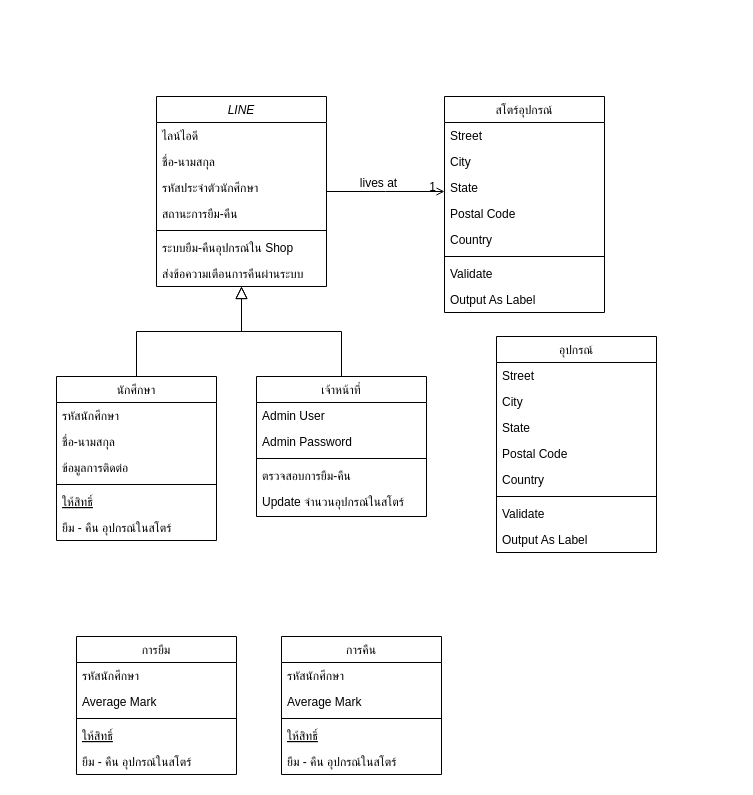
Earlier version of the draw.io diagram page "Class" (2 of 5) of UML_SE.drawio (oak072544/Draw_io). Source tidied: cells renumbered, new cells numbered last; positions are measured from the earlier drawing's top-left corner, leaving out a move shared by most shapes. Both pictures are drawn from the tidied source at 100%, with x=0, y=0 at pixel (56, 96).
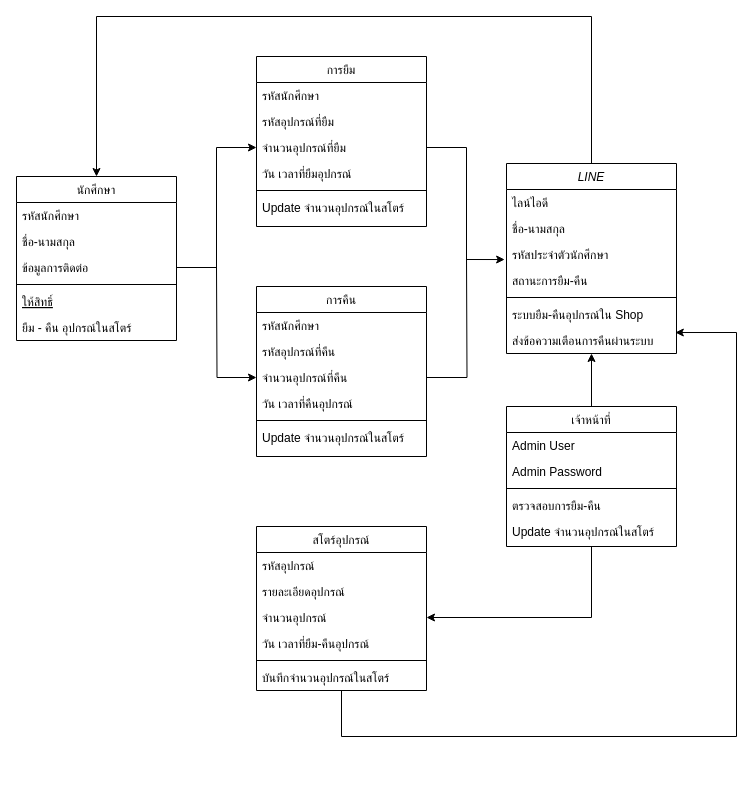
After the change.

Unchanged cells that the change refers to:
```xml
<mxCell id="5" value="รหัสประจำตัวนักศึกษา" style="text;align=left;verticalAlign=top;spacingLeft=4;spacingRight=4;overflow=hidden;points=[[0,0.5],[1,0.5]];portConstraint=eastwest;rounded=0;shadow=0;html=0;" parent="2" vertex="1">
  <mxGeometry y="78" width="170" height="26" as="geometry" />
</mxCell>
<mxCell id="9" value="ส่งข้อความเตือนการคืนผ่านระบบ" style="text;align=left;verticalAlign=top;spacingLeft=4;spacingRight=4;overflow=hidden;points=[[0,0.5],[1,0.5]];portConstraint=eastwest;" parent="2" vertex="1">
  <mxGeometry y="164" width="170" height="26" as="geometry" />
</mxCell>
<mxCell id="13" value="ข้อมูลการติดต่อ" style="text;align=left;verticalAlign=top;spacingLeft=4;spacingRight=4;overflow=hidden;points=[[0,0.5],[1,0.5]];portConstraint=eastwest;rounded=0;shadow=0;html=0;" parent="10" vertex="1">
  <mxGeometry y="78" width="160" height="26" as="geometry" />
</mxCell>
```

Diff of the diagram source:
```diff
@@
+    <mxCell id="58" style="edgeStyle=orthogonalEdgeStyle;rounded=0;jumpStyle=none;jettySize=auto;html=1;exitX=0.5;exitY=0;exitDx=0;exitDy=0;entryX=0.5;entryY=0;entryDx=0;entryDy=0;startArrow=none;startFill=0;endArrow=classic;endFill=1;" parent="1" edge="1" source="2" target="10">
+      <mxGeometry relative="1" as="geometry">
+        <Array as="points">
+          <mxPoint x="535" y="-80" />
+          <mxPoint x="40" y="-80" />
+        </Array>
+      </mxGeometry>
+    </mxCell>
     <mxCell id="2" value="LINE" style="swimlane;fontStyle=2;align=center;verticalAlign=top;horizontal=1;startSize=26;rounded=0;shadow=0;strokeWidth=1;" parent="1" vertex="1">
-      <mxGeometry x="100" width="170" height="190" as="geometry" />
+      <mxGeometry x="450" y="67" width="170" height="190" as="geometry" />
     </mxCell>
@@
     <mxCell id="10" value="นักศึกษา" style="swimlane;fontStyle=0;align=center;verticalAlign=top;horizontal=1;startSize=26;rounded=0;shadow=0;strokeWidth=1;" parent="1" vertex="1">
-      <mxGeometry y="280" width="160" height="164" as="geometry" />
+      <mxGeometry x="-40" y="80" width="160" height="164" as="geometry" />
     </mxCell>
@@
-    <mxCell id="17" style="endArrow=block;endSize=10;endFill=0;shadow=0;strokeWidth=1;rounded=0;edgeStyle=elbowEdgeStyle;elbow=vertical;" parent="1" edge="1" source="10" target="2">
-      <mxGeometry relative="1" as="geometry" />
-    </mxCell>
+    <mxCell id="24" style="edgeStyle=orthogonalEdgeStyle;rounded=0;jumpStyle=none;jettySize=auto;html=1;exitX=0.5;exitY=0;exitDx=0;exitDy=0;entryX=0.5;entryY=1;entryDx=0;entryDy=0;startArrow=none;startFill=0;endArrow=classic;endFill=1;" parent="1" edge="1" source="18" target="2">
+      <mxGeometry relative="1" as="geometry" />
+    </mxCell>
+    <mxCell id="59" style="edgeStyle=orthogonalEdgeStyle;rounded=0;jumpStyle=none;jettySize=auto;html=1;exitX=0.5;exitY=1;exitDx=0;exitDy=0;entryX=1;entryY=0.5;entryDx=0;entryDy=0;startArrow=none;startFill=0;endArrow=classic;endFill=1;" parent="1" edge="1" source="18" target="27">
+      <mxGeometry relative="1" as="geometry" />
+    </mxCell>
     <mxCell id="18" value="เจ้าหน้าที่" style="swimlane;fontStyle=0;align=center;verticalAlign=top;horizontal=1;startSize=26;rounded=0;shadow=0;strokeWidth=1;" parent="1" vertex="1">
-      <mxGeometry x="200" y="280" width="170" height="140" as="geometry" />
+      <mxGeometry x="450" y="310" width="170" height="140" as="geometry" />
     </mxCell>
@@
-    <mxCell id="24" style="endArrow=block;endSize=10;endFill=0;shadow=0;strokeWidth=1;rounded=0;edgeStyle=elbowEdgeStyle;elbow=vertical;" parent="1" edge="1" source="18" target="2">
-      <mxGeometry relative="1" as="geometry" />
-    </mxCell>
+    <mxCell id="60" style="edgeStyle=orthogonalEdgeStyle;rounded=0;jumpStyle=none;jettySize=auto;html=1;exitX=0.5;exitY=1;exitDx=0;exitDy=0;startArrow=none;startFill=0;endArrow=classic;endFill=1;entryX=0.993;entryY=0.193;entryDx=0;entryDy=0;entryPerimeter=0;" parent="1" edge="1" source="25" target="9">
+      <mxGeometry relative="1" as="geometry">
+        <Array as="points">
+          <mxPoint x="285" y="640" />
+          <mxPoint x="680" y="640" />
+          <mxPoint x="680" y="236" />
+        </Array>
+      </mxGeometry>
+    </mxCell>
     <mxCell id="25" value="สโตร์อุปกรณ์" style="swimlane;fontStyle=0;align=center;verticalAlign=top;horizontal=1;startSize=26;rounded=0;shadow=0;strokeWidth=1;" parent="1" vertex="1">
-      <mxGeometry x="388" width="160" height="216" as="geometry" />
+      <mxGeometry x="200" y="430" width="170" height="164" as="geometry" />
     </mxCell>
-    <mxCell id="26" value="Street" style="text;align=left;verticalAlign=top;spacingLeft=4;spacingRight=4;overflow=hidden;" parent="25" vertex="1">
-      <mxGeometry y="26" width="160" height="26" as="geometry" />
+    <mxCell id="26" value="รหัสอุปกรณ์" style="text;align=left;verticalAlign=top;spacingLeft=4;spacingRight=4;overflow=hidden;" parent="25" vertex="1">
+      <mxGeometry y="26" width="170" height="26" as="geometry" />
     </mxCell>
+    <mxCell id="61" value="รายละเอียดอุปกรณ์" style="text;align=left;verticalAlign=top;spacingLeft=4;spacingRight=4;overflow=hidden;" parent="25" vertex="1">
+      <mxGeometry y="52" width="170" height="26" as="geometry" />
+    </mxCell>
-    <mxCell id="27" value="City" style="text;align=left;verticalAlign=top;spacingLeft=4;spacingRight=4;overflow=hidden;points=[[0,0.5],[1,0.5]];portConstraint=eastwest;rounded=0;shadow=0;html=0;" parent="25" vertex="1">
-      <mxGeometry y="52" width="160" height="26" as="geometry" />
+    <mxCell id="27" value="จำนวนอุปกรณ์" style="text;align=left;verticalAlign=top;spacingLeft=4;spacingRight=4;overflow=hidden;points=[[0,0.5],[1,0.5]];portConstraint=eastwest;rounded=0;shadow=0;html=0;" parent="25" vertex="1">
+      <mxGeometry y="78" width="170" height="26" as="geometry" />
     </mxCell>
-    <mxCell id="28" value="State" style="text;align=left;verticalAlign=top;spacingLeft=4;spacingRight=4;overflow=hidden;rounded=0;shadow=0;html=0;" parent="25" vertex="1">
-      <mxGeometry y="78" width="160" height="26" as="geometry" />
-    </mxCell>
-    <mxCell id="29" value="Postal Code" style="text;align=left;verticalAlign=top;spacingLeft=4;spacingRight=4;overflow=hidden;rounded=0;shadow=0;html=0;" parent="25" vertex="1">
-      <mxGeometry y="104" width="160" height="26" as="geometry" />
-    </mxCell>
-    <mxCell id="30" value="Country" style="text;align=left;verticalAlign=top;spacingLeft=4;spacingRight=4;overflow=hidden;rounded=0;shadow=0;html=0;" parent="25" vertex="1">
-      <mxGeometry y="130" width="160" height="26" as="geometry" />
-    </mxCell>
+    <mxCell id="62" value="วัน เวลาที่ยืม-คืนอุปกรณ์" style="text;align=left;verticalAlign=top;spacingLeft=4;spacingRight=4;overflow=hidden;rounded=0;shadow=0;html=0;" parent="25" vertex="1">
+      <mxGeometry y="104" width="170" height="26" as="geometry" />
+    </mxCell>
     <mxCell id="31" style="line;html=1;strokeWidth=1;align=left;verticalAlign=middle;spacingTop=-1;spacingLeft=3;spacingRight=3;labelPosition=right;" parent="25" vertex="1">
-      <mxGeometry y="156" width="160" height="8" as="geometry" />
+      <mxGeometry y="130" width="170" height="8" as="geometry" />
     </mxCell>
-    <mxCell id="32" value="Validate" style="text;align=left;verticalAlign=top;spacingLeft=4;spacingRight=4;overflow=hidden;" parent="25" vertex="1">
-      <mxGeometry y="164" width="160" height="26" as="geometry" />
-    </mxCell>
-    <mxCell id="33" value="Output As Label" style="text;align=left;verticalAlign=top;spacingLeft=4;spacingRight=4;overflow=hidden;" parent="25" vertex="1">
-      <mxGeometry y="190" width="160" height="26" as="geometry" />
-    </mxCell>
-    <mxCell id="34" style="endArrow=open;shadow=0;strokeWidth=1;rounded=0;endFill=1;edgeStyle=elbowEdgeStyle;elbow=vertical;" parent="1" edge="1" source="2" target="25">
-      <mxGeometry x="0.5" y="41" relative="1" as="geometry">
-        <mxPoint x="-40" y="32" as="offset" />
-      </mxGeometry>
-    </mxCell>
-    <mxCell id="35" value="1" style="align=right;verticalAlign=bottom;labelBackgroundColor=none;fontSize=12;" parent="34" vertex="1">
-      <mxGeometry x="1" relative="1" as="geometry">
-        <mxPoint x="-7" y="4" as="offset" />
-      </mxGeometry>
-    </mxCell>
-    <mxCell id="36" value="lives at" style="text;html=1;align=center;verticalAlign=middle;labelBackgroundColor=none;rounded=0;shadow=0;strokeWidth=1;fontSize=12;" parent="34" vertex="1">
-      <mxGeometry x="0.5" y="49" relative="1" as="geometry">
-        <mxPoint x="-38" y="40" as="offset" />
-      </mxGeometry>
-    </mxCell>
-    <mxCell id="37" value="อุปกรณ์" style="swimlane;fontStyle=0;align=center;verticalAlign=top;horizontal=1;startSize=26;rounded=0;shadow=0;strokeWidth=1;" parent="1" vertex="1">
-      <mxGeometry x="440" y="240" width="160" height="216" as="geometry" />
-    </mxCell>
-    <mxCell id="38" value="Street" style="text;align=left;verticalAlign=top;spacingLeft=4;spacingRight=4;overflow=hidden;" parent="37" vertex="1">
-      <mxGeometry y="26" width="160" height="26" as="geometry" />
-    </mxCell>
-    <mxCell id="39" value="City" style="text;align=left;verticalAlign=top;spacingLeft=4;spacingRight=4;overflow=hidden;rounded=0;shadow=0;html=0;" parent="37" vertex="1">
-      <mxGeometry y="52" width="160" height="26" as="geometry" />
-    </mxCell>
-    <mxCell id="40" value="State" style="text;align=left;verticalAlign=top;spacingLeft=4;spacingRight=4;overflow=hidden;rounded=0;shadow=0;html=0;" parent="37" vertex="1">
-      <mxGeometry y="78" width="160" height="26" as="geometry" />
-    </mxCell>
-    <mxCell id="41" value="Postal Code" style="text;align=left;verticalAlign=top;spacingLeft=4;spacingRight=4;overflow=hidden;rounded=0;shadow=0;html=0;" parent="37" vertex="1">
-      <mxGeometry y="104" width="160" height="26" as="geometry" />
-    </mxCell>
-    <mxCell id="42" value="Country" style="text;align=left;verticalAlign=top;spacingLeft=4;spacingRight=4;overflow=hidden;rounded=0;shadow=0;html=0;" parent="37" vertex="1">
-      <mxGeometry y="130" width="160" height="26" as="geometry" />
-    </mxCell>
-    <mxCell id="43" style="line;html=1;strokeWidth=1;align=left;verticalAlign=middle;spacingTop=-1;spacingLeft=3;spacingRight=3;labelPosition=right;" parent="37" vertex="1">
-      <mxGeometry y="156" width="160" height="8" as="geometry" />
-    </mxCell>
-    <mxCell id="44" value="Validate" style="text;align=left;verticalAlign=top;spacingLeft=4;spacingRight=4;overflow=hidden;" parent="37" vertex="1">
-      <mxGeometry y="164" width="160" height="26" as="geometry" />
-    </mxCell>
-    <mxCell id="45" value="Output As Label" style="text;align=left;verticalAlign=top;spacingLeft=4;spacingRight=4;overflow=hidden;" parent="37" vertex="1">
-      <mxGeometry y="190" width="160" height="26" as="geometry" />
-    </mxCell>
+    <mxCell id="63" value="บันทึกจำนวนอุปกรณ์ในสโตร์" style="text;align=left;verticalAlign=top;spacingLeft=4;spacingRight=4;overflow=hidden;" parent="25" vertex="1">
+      <mxGeometry y="138" width="170" height="26" as="geometry" />
+    </mxCell>
     <mxCell id="46" value="การยืม" style="swimlane;fontStyle=0;align=center;verticalAlign=top;horizontal=1;startSize=26;rounded=0;shadow=0;strokeWidth=1;" parent="1" vertex="1">
-      <mxGeometry x="20" y="540" width="160" height="138" as="geometry" />
+      <mxGeometry x="200" y="-40" width="170" height="170" as="geometry" />
     </mxCell>
     <mxCell id="47" value="รหัสนักศึกษา" style="text;align=left;verticalAlign=top;spacingLeft=4;spacingRight=4;overflow=hidden;" parent="46" vertex="1">
-      <mxGeometry y="26" width="160" height="26" as="geometry" />
+      <mxGeometry y="26" width="170" height="26" as="geometry" />
     </mxCell>
-    <mxCell id="48" value="Average Mark" style="text;align=left;verticalAlign=top;spacingLeft=4;spacingRight=4;overflow=hidden;rounded=0;shadow=0;html=0;" parent="46" vertex="1">
-      <mxGeometry y="52" width="160" height="26" as="geometry" />
+    <mxCell id="48" value="รหัสอุปกรณ์ที่ยืม" style="text;align=left;verticalAlign=top;spacingLeft=4;spacingRight=4;overflow=hidden;rounded=0;shadow=0;html=0;" parent="46" vertex="1">
+      <mxGeometry y="52" width="170" height="26" as="geometry" />
     </mxCell>
+    <mxCell id="64" value="จำนวนอุปกรณ์ที่ยืม" style="text;align=left;verticalAlign=top;spacingLeft=4;spacingRight=4;overflow=hidden;points=[[0,0.5],[1,0.5]];portConstraint=eastwest;rounded=0;shadow=0;html=0;" parent="46" vertex="1">
+      <mxGeometry y="78" width="170" height="26" as="geometry" />
+    </mxCell>
+    <mxCell id="65" value="วัน เวลาที่ยืมอุปกรณ์" style="text;align=left;verticalAlign=top;spacingLeft=4;spacingRight=4;overflow=hidden;rounded=0;shadow=0;html=0;" parent="46" vertex="1">
+      <mxGeometry y="104" width="170" height="26" as="geometry" />
+    </mxCell>
     <mxCell id="49" style="line;html=1;strokeWidth=1;align=left;verticalAlign=middle;spacingTop=-1;spacingLeft=3;spacingRight=3;labelPosition=right;" parent="46" vertex="1">
-      <mxGeometry y="78" width="160" height="8" as="geometry" />
+      <mxGeometry y="130" width="170" height="8" as="geometry" />
     </mxCell>
-    <mxCell id="50" value="ให้สิทธิ์" style="text;align=left;verticalAlign=top;spacingLeft=4;spacingRight=4;overflow=hidden;fontStyle=4;" parent="46" vertex="1">
-      <mxGeometry y="86" width="160" height="26" as="geometry" />
-    </mxCell>
-    <mxCell id="51" value="ยืม - คืน อุปกรณ์ในสโตร์" style="text;align=left;verticalAlign=top;spacingLeft=4;spacingRight=4;overflow=hidden;" parent="46" vertex="1">
-      <mxGeometry y="112" width="160" height="26" as="geometry" />
+    <mxCell id="51" value="Update จำนวนอุปกรณ์ในสโตร์" style="text;align=left;verticalAlign=top;spacingLeft=4;spacingRight=4;overflow=hidden;" parent="46" vertex="1">
+      <mxGeometry y="138" width="170" height="32" as="geometry" />
     </mxCell>
     <mxCell id="52" value="การคืน" style="swimlane;fontStyle=0;align=center;verticalAlign=top;horizontal=1;startSize=26;rounded=0;shadow=0;strokeWidth=1;" parent="1" vertex="1">
-      <mxGeometry x="225" y="540" width="160" height="138" as="geometry" />
+      <mxGeometry x="200" y="190" width="170" height="170" as="geometry" />
     </mxCell>
     <mxCell id="53" value="รหัสนักศึกษา" style="text;align=left;verticalAlign=top;spacingLeft=4;spacingRight=4;overflow=hidden;" parent="52" vertex="1">
-      <mxGeometry y="26" width="160" height="26" as="geometry" />
+      <mxGeometry y="26" width="170" height="26" as="geometry" />
     </mxCell>
-    <mxCell id="54" value="Average Mark" style="text;align=left;verticalAlign=top;spacingLeft=4;spacingRight=4;overflow=hidden;rounded=0;shadow=0;html=0;" parent="52" vertex="1">
-      <mxGeometry y="52" width="160" height="26" as="geometry" />
-    </mxCell>
+    <mxCell id="66" value="รหัสอุปกรณ์ที่คืน" style="text;align=left;verticalAlign=top;spacingLeft=4;spacingRight=4;overflow=hidden;rounded=0;shadow=0;html=0;" parent="52" vertex="1">
+      <mxGeometry y="52" width="170" height="26" as="geometry" />
+    </mxCell>
+    <mxCell id="67" style="edgeStyle=orthogonalEdgeStyle;rounded=0;jumpStyle=none;jettySize=auto;html=1;startArrow=classic;startFill=1;endArrow=none;endFill=0;" parent="52" edge="1" source="69">
+      <mxGeometry relative="1" as="geometry">
+        <mxPoint x="-40" y="-20" as="targetPoint" />
+      </mxGeometry>
+    </mxCell>
+    <mxCell id="68" style="edgeStyle=orthogonalEdgeStyle;rounded=0;jumpStyle=none;jettySize=auto;html=1;startArrow=none;startFill=0;endArrow=none;endFill=0;" parent="52" edge="1" source="69">
+      <mxGeometry relative="1" as="geometry">
+        <mxPoint x="210" y="-30" as="targetPoint" />
+      </mxGeometry>
+    </mxCell>
+    <mxCell id="69" value="จำนวนอุปกรณ์ที่คืน" style="text;align=left;verticalAlign=top;spacingLeft=4;spacingRight=4;overflow=hidden;points=[[0,0.5],[1,0.5]];portConstraint=eastwest;rounded=0;shadow=0;html=0;" parent="52" vertex="1">
+      <mxGeometry y="78" width="170" height="26" as="geometry" />
+    </mxCell>
+    <mxCell id="70" value="วัน เวลาที่คืนอุปกรณ์" style="text;align=left;verticalAlign=top;spacingLeft=4;spacingRight=4;overflow=hidden;rounded=0;shadow=0;html=0;" parent="52" vertex="1">
+      <mxGeometry y="104" width="170" height="26" as="geometry" />
+    </mxCell>
     <mxCell id="55" style="line;html=1;strokeWidth=1;align=left;verticalAlign=middle;spacingTop=-1;spacingLeft=3;spacingRight=3;labelPosition=right;" parent="52" vertex="1">
-      <mxGeometry y="78" width="160" height="8" as="geometry" />
+      <mxGeometry y="130" width="170" height="8" as="geometry" />
     </mxCell>
-    <mxCell id="56" value="ให้สิทธิ์" style="text;align=left;verticalAlign=top;spacingLeft=4;spacingRight=4;overflow=hidden;fontStyle=4;" parent="52" vertex="1">
-      <mxGeometry y="86" width="160" height="26" as="geometry" />
-    </mxCell>
-    <mxCell id="57" value="ยืม - คืน อุปกรณ์ในสโตร์" style="text;align=left;verticalAlign=top;spacingLeft=4;spacingRight=4;overflow=hidden;" parent="52" vertex="1">
-      <mxGeometry y="112" width="160" height="26" as="geometry" />
-    </mxCell>
+    <mxCell id="71" value="Update จำนวนอุปกรณ์ในสโตร์" style="text;align=left;verticalAlign=top;spacingLeft=4;spacingRight=4;overflow=hidden;" parent="52" vertex="1">
+      <mxGeometry y="138" width="170" height="26" as="geometry" />
+    </mxCell>
+    <mxCell id="72" style="edgeStyle=orthogonalEdgeStyle;rounded=0;jumpStyle=none;jettySize=auto;html=1;startArrow=none;startFill=0;endArrow=classic;endFill=1;entryX=0;entryY=0.5;entryDx=0;entryDy=0;" parent="1" edge="1" source="13" target="64">
+      <mxGeometry relative="1" as="geometry" />
+    </mxCell>
+    <mxCell id="73" style="edgeStyle=orthogonalEdgeStyle;rounded=0;jumpStyle=none;jettySize=auto;html=1;entryX=-0.011;entryY=0.694;entryDx=0;entryDy=0;entryPerimeter=0;startArrow=none;startFill=0;endArrow=classic;endFill=1;" parent="1" edge="1" source="64" target="5">
+      <mxGeometry relative="1" as="geometry" />
+    </mxCell>
```
